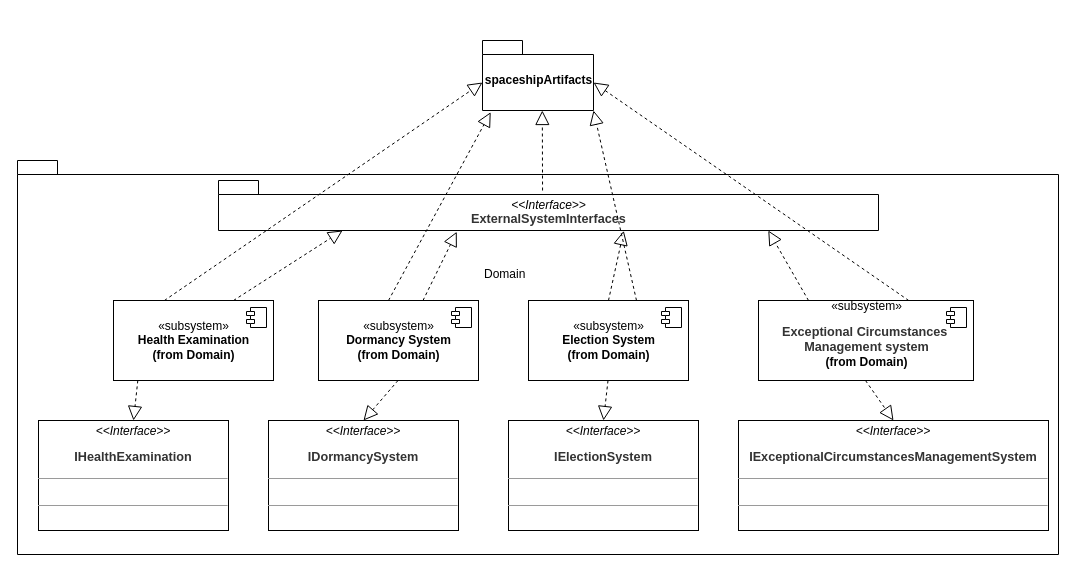
The draw.io diagram SAD/Subsystem&interface.drawio in DukeofCambridge/Diagrams, before the edit. Source tidied: cells renumbered, new cells numbered last; positions are measured from the earlier drawing's top-left corner, leaving out a move shared by most shapes. Both pictures are drawn from the tidied source at 100%, with x=0, y=0 at pixel (17, 40).
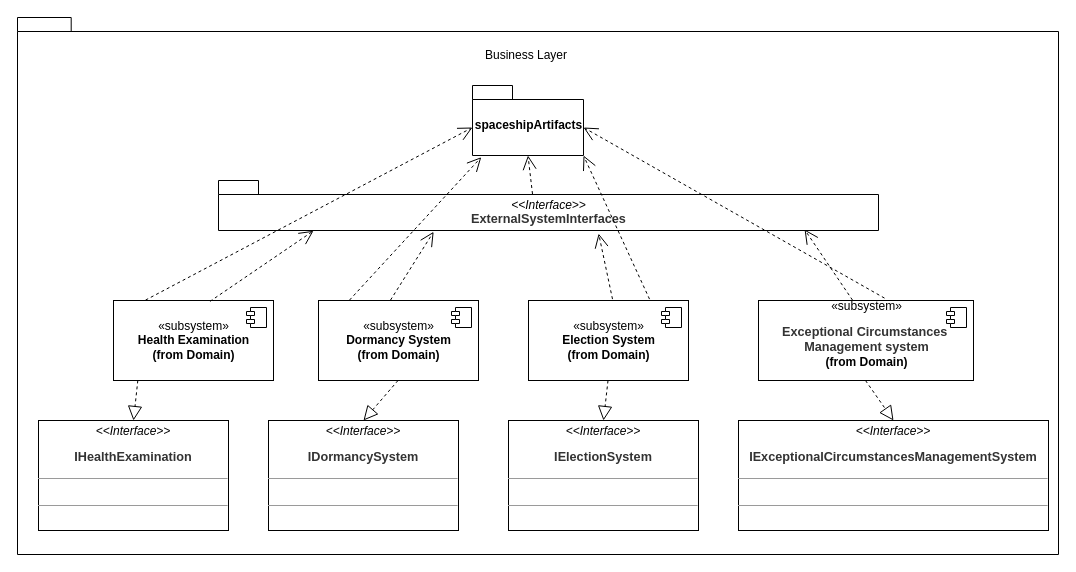
After the change.

Unchanged cells that the change refers to:
```xml
<mxCell id="6" value="«subsystem»&lt;br&gt;&lt;b&gt;Health Examination&lt;br&gt;&lt;/b&gt;&lt;span style=&quot;font-weight: 700&quot;&gt;(from Domain)&lt;/span&gt;&lt;b&gt;&lt;br&gt;&lt;/b&gt;" style="html=1;" parent="1" vertex="1">
  <mxGeometry x="96" y="260" width="160" height="80" as="geometry" />
</mxCell>
<mxCell id="9" value="«subsystem»&lt;br&gt;&lt;b&gt;Election System&lt;br&gt;&lt;/b&gt;&lt;span style=&quot;font-weight: 700&quot;&gt;(from Domain)&lt;/span&gt;&lt;b&gt;&lt;br&gt;&lt;/b&gt;" style="html=1;" parent="1" vertex="1">
  <mxGeometry x="511" y="260" width="160" height="80" as="geometry" />
</mxCell>
<mxCell id="21" value="&lt;p style=&quot;margin: 4px 0px 0px&quot;&gt;&lt;i style=&quot;font-weight: normal&quot;&gt;&amp;lt;&amp;lt;Interface&amp;gt;&amp;gt;&lt;br&gt;&lt;/i&gt;&lt;span style=&quot;color: rgb(51 , 51 , 51) ; font-size: 9.5pt&quot;&gt;ExternalSystemInterfaces&lt;/span&gt;&lt;/p&gt;" style="shape=folder;fontStyle=1;spacingTop=10;tabWidth=40;tabHeight=14;tabPosition=left;html=1;" parent="1" vertex="1">
  <mxGeometry x="201" y="140" width="660" height="50" as="geometry" />
</mxCell>
```

Diff of the diagram source:
```diff
@@
     <mxCell id="2" style="shape=folder;fontStyle=1;spacingTop=10;tabWidth=40;tabHeight=14;tabPosition=left;html=1;align=center;" parent="1" vertex="1">
-      <mxGeometry y="120" width="1041" height="394" as="geometry" />
+      <mxGeometry y="-23" width="1041" height="537" as="geometry" />
     </mxCell>
@@
     <mxCell id="19" value="spaceshipArtifacts" style="shape=folder;fontStyle=1;spacingTop=10;tabWidth=40;tabHeight=14;tabPosition=left;html=1;" parent="1" vertex="1">
-      <mxGeometry x="465" width="111" height="70" as="geometry" />
+      <mxGeometry x="455" y="45" width="111" height="70" as="geometry" />
     </mxCell>
-    <mxCell id="20" value="Domain" style="text;strokeColor=none;fillColor=none;align=left;verticalAlign=top;spacingLeft=4;spacingRight=4;overflow=hidden;" parent="1" vertex="1">
-      <mxGeometry x="461" y="220" width="100" height="26" as="geometry" />
+    <mxCell id="20" value="Business Layer" style="text;strokeColor=none;fillColor=none;align=left;verticalAlign=top;spacingLeft=4;spacingRight=4;overflow=hidden;" parent="1" vertex="1">
+      <mxGeometry x="462" y="1" width="100" height="26" as="geometry" />
     </mxCell>
@@
-    <mxCell id="22" style="endArrow=block;dashed=1;endFill=0;endSize=12;html=1;entryX=0.188;entryY=1;entryDx=0;entryDy=0;exitX=0.75;exitY=0;exitDx=0;exitDy=0;entryPerimeter=0;" parent="1" edge="1" source="6" target="21">
+    <mxCell id="22" style="endArrow=open;endSize=12;dashed=1;html=1;exitX=0.603;exitY=0.011;exitDx=0;exitDy=0;exitPerimeter=0;entryX=0.144;entryY=1.006;entryDx=0;entryDy=0;entryPerimeter=0;" parent="1" edge="1" source="6" target="21">
       <mxGeometry relative="1" as="geometry" />
     </mxCell>
-    <mxCell id="23" style="endArrow=block;dashed=1;endFill=0;endSize=12;html=1;entryX=0.361;entryY=1.025;entryDx=0;entryDy=0;exitX=0.5;exitY=1;exitDx=0;exitDy=0;entryPerimeter=0;" parent="1" edge="1" target="21">
-      <mxGeometry relative="1" as="geometry">
-        <mxPoint x="405.5" y="260" as="sourcePoint" />
-      </mxGeometry>
-    </mxCell>
-    <mxCell id="24" style="endArrow=block;dashed=1;endFill=0;endSize=12;html=1;entryX=0.614;entryY=1.006;entryDx=0;entryDy=0;exitX=0.5;exitY=0;exitDx=0;exitDy=0;entryPerimeter=0;" parent="1" edge="1" source="9" target="21">
-      <mxGeometry relative="1" as="geometry" />
-    </mxCell>
-    <mxCell id="25" style="endArrow=block;dashed=1;endFill=0;endSize=12;html=1;entryX=0.833;entryY=1;entryDx=0;entryDy=0;exitX=0.5;exitY=1;exitDx=0;exitDy=0;entryPerimeter=0;" parent="1" edge="1" target="21">
-      <mxGeometry relative="1" as="geometry">
-        <mxPoint x="791" y="260" as="sourcePoint" />
-      </mxGeometry>
-    </mxCell>
-    <mxCell id="26" style="endArrow=block;dashed=1;endFill=0;endSize=12;html=1;entryX=0.361;entryY=1.025;entryDx=0;entryDy=0;exitX=0.491;exitY=0.2;exitDx=0;exitDy=0;entryPerimeter=0;exitPerimeter=0;" parent="1" edge="1" source="21">
-      <mxGeometry relative="1" as="geometry">
-        <mxPoint x="524.8" y="70" as="targetPoint" />
-      </mxGeometry>
-    </mxCell>
-    <mxCell id="27" style="endArrow=block;dashed=1;endFill=0;endSize=12;html=1;entryX=0;entryY=0;entryDx=0;entryDy=42;exitX=0.75;exitY=0;exitDx=0;exitDy=0;entryPerimeter=0;" parent="1" edge="1" target="19">
-      <mxGeometry relative="1" as="geometry">
-        <mxPoint x="146.9" y="260" as="sourcePoint" />
-      </mxGeometry>
-    </mxCell>
-    <mxCell id="28" style="endArrow=block;dashed=1;endFill=0;endSize=12;html=1;entryX=0.074;entryY=1.024;entryDx=0;entryDy=0;exitX=0.5;exitY=1;exitDx=0;exitDy=0;entryPerimeter=0;" parent="1" edge="1" target="19">
-      <mxGeometry relative="1" as="geometry">
-        <mxPoint x="371" y="260" as="sourcePoint" />
-      </mxGeometry>
-    </mxCell>
-    <mxCell id="29" style="endArrow=block;dashed=1;endFill=0;endSize=12;html=1;entryX=0;entryY=0;entryDx=111;entryDy=70;exitX=0.5;exitY=0;exitDx=0;exitDy=0;entryPerimeter=0;" parent="1" edge="1" target="19">
-      <mxGeometry relative="1" as="geometry">
-        <mxPoint x="619" y="260" as="sourcePoint" />
-      </mxGeometry>
-    </mxCell>
-    <mxCell id="30" style="endArrow=block;dashed=1;endFill=0;endSize=12;html=1;entryX=0;entryY=0;entryDx=111;entryDy=42;exitX=0.5;exitY=1;exitDx=0;exitDy=0;entryPerimeter=0;" parent="1" edge="1" target="19">
-      <mxGeometry relative="1" as="geometry">
-        <mxPoint x="891.2" y="260" as="sourcePoint" />
-      </mxGeometry>
-    </mxCell>
+    <mxCell id="31" style="endArrow=open;endSize=12;dashed=1;html=1;exitX=0.603;exitY=0.011;exitDx=0;exitDy=0;exitPerimeter=0;entryX=0.326;entryY=1.025;entryDx=0;entryDy=0;entryPerimeter=0;" parent="1" edge="1" target="21">
+      <mxGeometry relative="1" as="geometry">
+        <mxPoint x="373" y="259.6" as="sourcePoint" />
+      </mxGeometry>
+    </mxCell>
+    <mxCell id="32" style="endArrow=open;endSize=12;dashed=1;html=1;exitX=0.603;exitY=0.011;exitDx=0;exitDy=0;exitPerimeter=0;entryX=0.576;entryY=1.062;entryDx=0;entryDy=0;entryPerimeter=0;" parent="1" edge="1" target="21">
+      <mxGeometry relative="1" as="geometry">
+        <mxPoint x="595" y="258.6" as="sourcePoint" />
+      </mxGeometry>
+    </mxCell>
+    <mxCell id="33" style="endArrow=open;endSize=12;dashed=1;html=1;exitX=0.603;exitY=0.011;exitDx=0;exitDy=0;exitPerimeter=0;entryX=0.888;entryY=0.98;entryDx=0;entryDy=0;entryPerimeter=0;" parent="1" edge="1" target="21">
+      <mxGeometry relative="1" as="geometry">
+        <mxPoint x="835" y="259.6" as="sourcePoint" />
+      </mxGeometry>
+    </mxCell>
+    <mxCell id="34" style="endArrow=open;endSize=12;dashed=1;html=1;exitX=0.603;exitY=0.011;exitDx=0;exitDy=0;exitPerimeter=0;entryX=0;entryY=0;entryDx=0;entryDy=42;entryPerimeter=0;" parent="1" edge="1" target="19">
+      <mxGeometry relative="1" as="geometry">
+        <mxPoint x="128" y="259.6" as="sourcePoint" />
+      </mxGeometry>
+    </mxCell>
+    <mxCell id="35" style="endArrow=open;endSize=12;dashed=1;html=1;exitX=0.603;exitY=0.011;exitDx=0;exitDy=0;exitPerimeter=0;entryX=0.079;entryY=1.024;entryDx=0;entryDy=0;entryPerimeter=0;" parent="1" edge="1" target="19">
+      <mxGeometry relative="1" as="geometry">
+        <mxPoint x="332" y="259.6" as="sourcePoint" />
+      </mxGeometry>
+    </mxCell>
+    <mxCell id="36" style="endArrow=open;endSize=12;dashed=1;html=1;exitX=0.603;exitY=0.011;exitDx=0;exitDy=0;exitPerimeter=0;entryX=0;entryY=0;entryDx=111;entryDy=70;entryPerimeter=0;" parent="1" edge="1" target="19">
+      <mxGeometry relative="1" as="geometry">
+        <mxPoint x="632" y="258.6" as="sourcePoint" />
+      </mxGeometry>
+    </mxCell>
+    <mxCell id="37" style="endArrow=open;endSize=12;dashed=1;html=1;exitX=0.603;exitY=0.011;exitDx=0;exitDy=0;exitPerimeter=0;entryX=0;entryY=0;entryDx=111;entryDy=42;entryPerimeter=0;" parent="1" edge="1" target="19">
+      <mxGeometry relative="1" as="geometry">
+        <mxPoint x="867" y="257.6" as="sourcePoint" />
+      </mxGeometry>
+    </mxCell>
+    <mxCell id="38" style="endArrow=open;endSize=12;dashed=1;html=1;exitX=0.603;exitY=0.011;exitDx=0;exitDy=0;exitPerimeter=0;entryX=0.5;entryY=1;entryDx=0;entryDy=0;entryPerimeter=0;" parent="1" edge="1" target="19">
+      <mxGeometry relative="1" as="geometry">
+        <mxPoint x="515" y="153.5" as="sourcePoint" />
+      </mxGeometry>
+    </mxCell>
```
